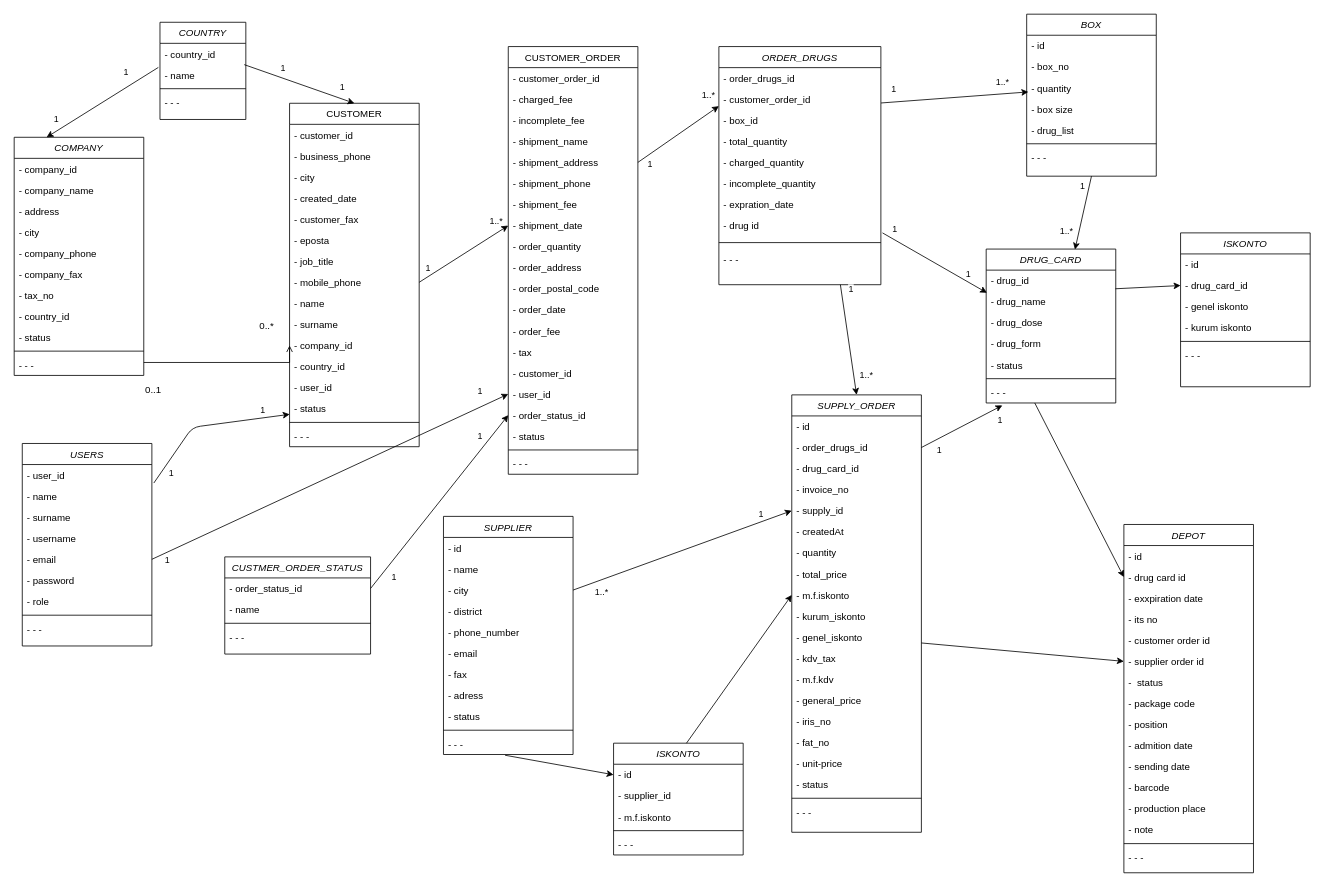
Before: Untitled Diagram.drawio in viacelal/diagram, a draw.io diagram. Source tidied: cells renumbered, new cells numbered last; positions are measured from the earlier drawing's top-left corner, leaving out a move shared by most shapes. Both pictures are drawn from the tidied source at 81%, with x=0, y=0 at pixel (14, 14).
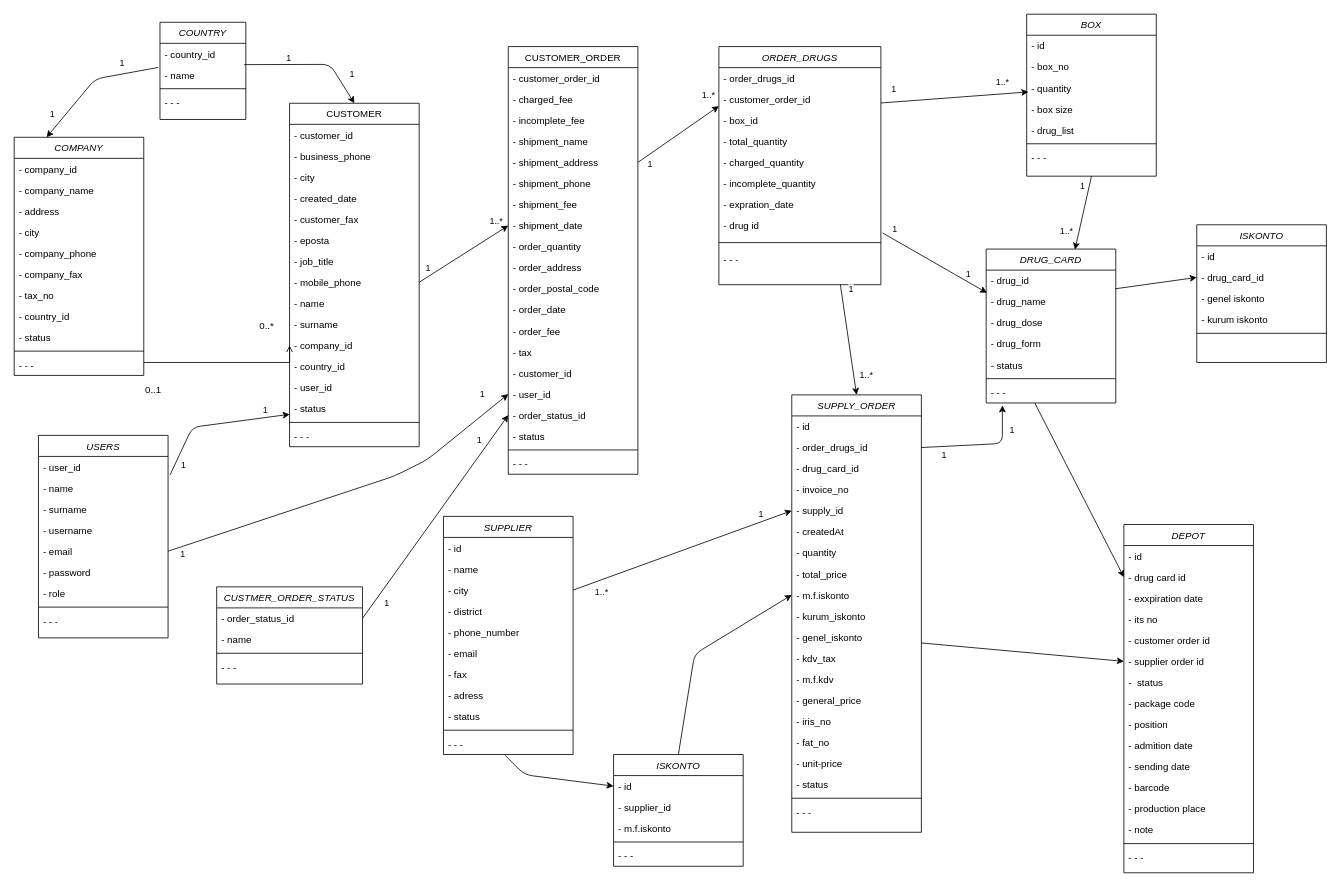
Above is the later version.

The change refers to these unchanged cells:
```xml
<mxCell id="2" value="COMPANY&#10;" style="swimlane;fontStyle=2;align=center;verticalAlign=top;horizontal=1;startSize=26;rounded=0;shadow=0;strokeWidth=1;" parent="1" vertex="1">
  <mxGeometry y="152" width="160" height="294" as="geometry" />
</mxCell>
<mxCell id="14" value="CUSTOMER&#10;" style="swimlane;fontStyle=0;align=center;verticalAlign=top;horizontal=1;startSize=26;rounded=0;shadow=0;strokeWidth=1;" parent="1" vertex="1">
  <mxGeometry x="340" y="110" width="160" height="424" as="geometry" />
</mxCell>
<mxCell id="50" value="- user_id" style="text;align=left;verticalAlign=top;spacingLeft=4;spacingRight=4;overflow=hidden;points=[[0,0.5],[1,0.5]];portConstraint=eastwest;rounded=0;shadow=0;html=0;" parent="34" vertex="1">
  <mxGeometry y="416" width="160" height="26" as="geometry" />
</mxCell>
<mxCell id="77" value="- email" style="text;align=left;verticalAlign=top;spacingLeft=4;spacingRight=4;overflow=hidden;points=[[0,0.5],[1,0.5]];portConstraint=eastwest;rounded=0;shadow=0;html=0;" parent="72" vertex="1">
  <mxGeometry y="130" width="160" height="26" as="geometry" />
</mxCell>
<mxCell id="90" value="- order_drugs_id" style="text;align=left;verticalAlign=top;spacingLeft=4;spacingRight=4;overflow=hidden;points=[[0,0.5],[1,0.5]];portConstraint=eastwest;" parent="88" vertex="1">
  <mxGeometry y="52" width="160" height="26" as="geometry" />
</mxCell>
<mxCell id="97" value="- m.f.iskonto" style="text;align=left;verticalAlign=top;spacingLeft=4;spacingRight=4;overflow=hidden;points=[[0,0.5],[1,0.5]];portConstraint=eastwest;" parent="88" vertex="1">
  <mxGeometry y="234" width="160" height="26" as="geometry" />
</mxCell>
<mxCell id="131" value="- - -" style="text;align=left;verticalAlign=top;spacingLeft=4;spacingRight=4;overflow=hidden;points=[[0,0.5],[1,0.5]];portConstraint=eastwest;" parent="120" vertex="1">
  <mxGeometry y="268" width="160" height="26" as="geometry" />
</mxCell>
<mxCell id="153" value="- - -" style="text;align=left;verticalAlign=top;spacingLeft=4;spacingRight=4;overflow=hidden;points=[[0,0.5],[1,0.5]];portConstraint=eastwest;" parent="146" vertex="1">
  <mxGeometry y="164" width="160" height="26" as="geometry" />
</mxCell>
<mxCell id="164" value="- country_id" style="text;align=left;verticalAlign=top;spacingLeft=4;spacingRight=4;overflow=hidden;points=[[0,0.5],[1,0.5]];portConstraint=eastwest;" parent="163" vertex="1">
  <mxGeometry y="26" width="106" height="26" as="geometry" />
</mxCell>
<mxCell id="165" value="- name" style="text;align=left;verticalAlign=top;spacingLeft=4;spacingRight=4;overflow=hidden;points=[[0,0.5],[1,0.5]];portConstraint=eastwest;" parent="163" vertex="1">
  <mxGeometry y="52" width="106" height="26" as="geometry" />
</mxCell>
<mxCell id="183" value="- id" style="text;align=left;verticalAlign=top;spacingLeft=4;spacingRight=4;overflow=hidden;points=[[0,0.5],[1,0.5]];portConstraint=eastwest;" parent="182" vertex="1">
  <mxGeometry y="26" width="160" height="26" as="geometry" />
</mxCell>
```

Diff of the diagram source:
```diff
@@
     <mxCell id="72" value="USERS" style="swimlane;fontStyle=2;align=center;verticalAlign=top;horizontal=1;startSize=26;rounded=0;shadow=0;strokeWidth=1;" parent="1" vertex="1">
-      <mxGeometry x="10" y="530" width="160" height="250" as="geometry" />
+      <mxGeometry x="30" y="520" width="160" height="250" as="geometry" />
     </mxCell>
@@
     <mxCell id="85" style="endArrow=classic;html=1;entryX=0;entryY=0.5;entryDx=0;entryDy=0;exitX=1;exitY=0.5;exitDx=0;exitDy=0;" parent="1" edge="1" source="77" target="50">
-      <mxGeometry relative="1" as="geometry" />
+      <mxGeometry relative="1" as="geometry">
+        <Array as="points">
+          <mxPoint x="470" y="570" />
+          <mxPoint x="510" y="550" />
+        </Array>
+      </mxGeometry>
     </mxCell>
@@
     <mxCell id="138" value="CUSTMER_ORDER_STATUS" style="swimlane;fontStyle=2;align=center;verticalAlign=top;horizontal=1;startSize=26;rounded=0;shadow=0;strokeWidth=1;" parent="1" vertex="1">
-      <mxGeometry x="260" y="670" width="180" height="120" as="geometry" />
+      <mxGeometry x="250" y="707" width="180" height="120" as="geometry" />
     </mxCell>
@@
     <mxCell id="157" style="endArrow=classic;html=1;entryX=0.125;entryY=1.115;entryDx=0;entryDy=0;entryPerimeter=0;exitX=1;exitY=0.5;exitDx=0;exitDy=0;" parent="1" edge="1" source="90" target="153">
-      <mxGeometry relative="1" as="geometry" />
+      <mxGeometry relative="1" as="geometry">
+        <Array as="points">
+          <mxPoint x="1220" y="530" />
+        </Array>
+      </mxGeometry>
     </mxCell>
@@
     <mxCell id="168" style="endArrow=classic;html=1;exitX=0.981;exitY=1.011;exitDx=0;exitDy=0;exitPerimeter=0;entryX=0.5;entryY=0;entryDx=0;entryDy=0;" parent="1" edge="1" source="164" target="14">
-      <mxGeometry relative="1" as="geometry" />
+      <mxGeometry relative="1" as="geometry">
+        <Array as="points">
+          <mxPoint x="390" y="62" />
+        </Array>
+      </mxGeometry>
     </mxCell>
@@
     <mxCell id="171" style="endArrow=classic;html=1;exitX=-0.019;exitY=0.143;exitDx=0;exitDy=0;exitPerimeter=0;entryX=0.25;entryY=0;entryDx=0;entryDy=0;" parent="1" edge="1" source="165" target="2">
-      <mxGeometry relative="1" as="geometry" />
+      <mxGeometry relative="1" as="geometry">
+        <Array as="points">
+          <mxPoint x="100" y="80" />
+        </Array>
+      </mxGeometry>
     </mxCell>
@@
     <mxCell id="174" value="ISKONTO" style="swimlane;fontStyle=2;align=center;verticalAlign=top;horizontal=1;startSize=26;rounded=0;shadow=0;strokeWidth=1;" parent="1" vertex="1">
-      <mxGeometry x="1440" y="270" width="160" height="190" as="geometry" />
+      <mxGeometry x="1460" y="260" width="160" height="170" as="geometry" />
     </mxCell>
@@
-    <mxCell id="180" value="- - -" style="text;align=left;verticalAlign=top;spacingLeft=4;spacingRight=4;overflow=hidden;" parent="174" vertex="1">
-      <mxGeometry y="138" width="160" height="26" as="geometry" />
-    </mxCell>
@@
     <mxCell id="182" value="ISKONTO" style="swimlane;fontStyle=2;align=center;verticalAlign=top;horizontal=1;startSize=26;rounded=0;shadow=0;strokeWidth=1;" parent="1" vertex="1">
-      <mxGeometry x="740" y="900" width="160" height="138" as="geometry" />
+      <mxGeometry x="740" y="914" width="160" height="138" as="geometry" />
     </mxCell>
@@
     <mxCell id="188" style="endArrow=classic;html=1;exitX=0.475;exitY=1.034;exitDx=0;exitDy=0;exitPerimeter=0;entryX=0;entryY=0.5;entryDx=0;entryDy=0;" parent="1" edge="1" source="131" target="183">
-      <mxGeometry relative="1" as="geometry" />
+      <mxGeometry relative="1" as="geometry">
+        <Array as="points">
+          <mxPoint x="630" y="939" />
+        </Array>
+      </mxGeometry>
     </mxCell>
-    <mxCell id="189" style="endArrow=classic;html=1;entryX=0;entryY=0.5;entryDx=0;entryDy=0;" parent="1" edge="1" target="97">
+    <mxCell id="189" style="endArrow=classic;html=1;entryX=0;entryY=0.5;entryDx=0;entryDy=0;exitX=0.5;exitY=0;exitDx=0;exitDy=0;" parent="1" edge="1" source="182" target="97">
       <mxGeometry relative="1" as="geometry">
-        <mxPoint x="830" y="900" as="sourcePoint" />
+        <Array as="points">
+          <mxPoint x="840" y="790" />
+        </Array>
       </mxGeometry>
     </mxCell>
```
